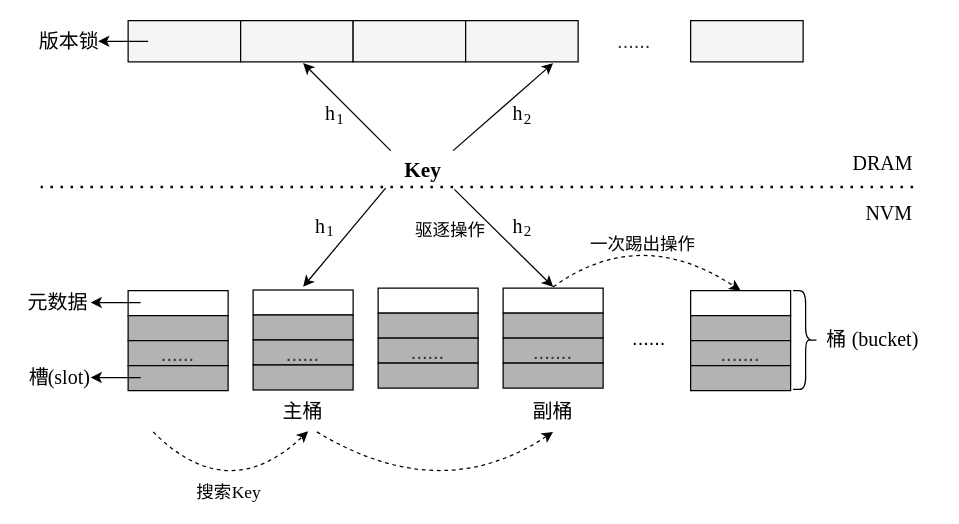
This is page "整体架构" (4 of 22) of 毕业论文.drawio from HustDsy/Picture, a draw.io file, before an edit. Source tidied: cells renumbered, new cells numbered last; positions are measured from the earlier drawing's top-left corner, leaving out a move shared by most shapes. Both pictures are drawn from the tidied source at 125%, with x=0, y=0 at pixel (20, 20).
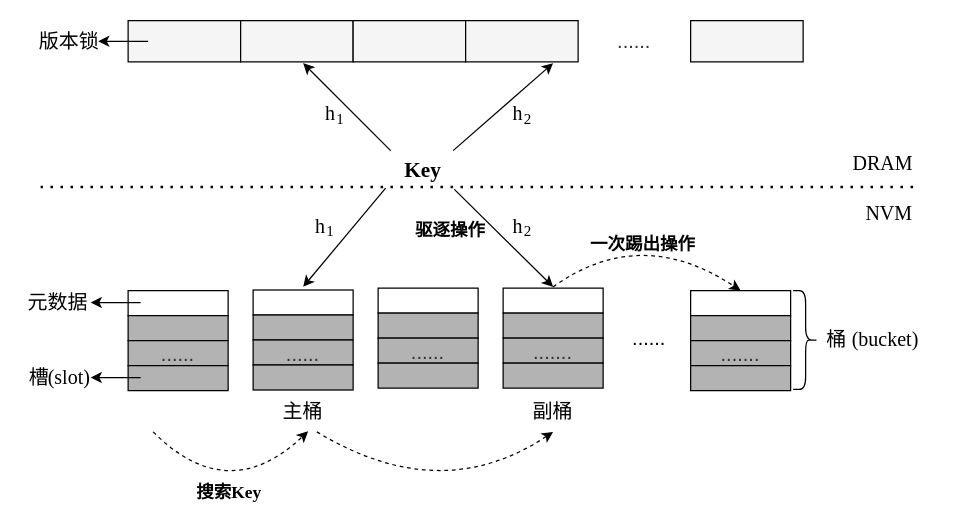
The same diagram, later.

Change to the diagram source:
```diff
@@
-    <mxCell id="42" value="一次踢出操作" style="text;strokeColor=none;fillColor=none;align=center;verticalAlign=middle;rounded=0;fontFamily=简宋;fontSize=14;fontColor=#000000;" parent="1" vertex="1">
+    <mxCell id="42" value="一次踢出操作" style="text;strokeColor=none;fillColor=none;align=center;verticalAlign=middle;rounded=0;fontFamily=简宋;fontSize=14;fontColor=#000000;fontStyle=1;" parent="1" vertex="1">
       <mxGeometry x="443" y="163" width="110" height="30" as="geometry" />
     </mxCell>
@@
-    <mxCell id="45" value="驱逐操作" style="text;align=center;verticalAlign=middle;strokeColor=none;fillColor=none;fontSize=14;fontFamily=简宋;" parent="1" vertex="1">
+    <mxCell id="45" value="驱逐操作" style="text;align=center;verticalAlign=middle;strokeColor=none;fillColor=none;fontSize=14;fontFamily=简宋;fontStyle=1;" parent="1" vertex="1">
       <mxGeometry x="309" y="157" width="70" height="20" as="geometry" />
     </mxCell>
@@
-    <mxCell id="48" value="搜索" style="text;align=center;verticalAlign=middle;strokeColor=none;fillColor=none;fontSize=14;fontFamily=简宋;" parent="1" vertex="1">
+    <mxCell id="48" value="搜索" style="text;align=center;verticalAlign=middle;strokeColor=none;fillColor=none;fontSize=14;fontFamily=简宋;fontStyle=1;" parent="1" vertex="1">
       <mxGeometry x="135" y="366.5" width="40" height="20" as="geometry" />
     </mxCell>
-    <mxCell id="49" value="Key" style="text;align=center;verticalAlign=middle;strokeColor=none;fillColor=none;fontSize=14;fontFamily=Times New Roman;" parent="1" vertex="1">
+    <mxCell id="49" value="Key" style="text;align=center;verticalAlign=middle;strokeColor=none;fillColor=none;fontSize=14;fontFamily=Times New Roman;fontStyle=1;" parent="1" vertex="1">
       <mxGeometry x="161" y="366.5" width="40" height="20" as="geometry" />
     </mxCell>
```
